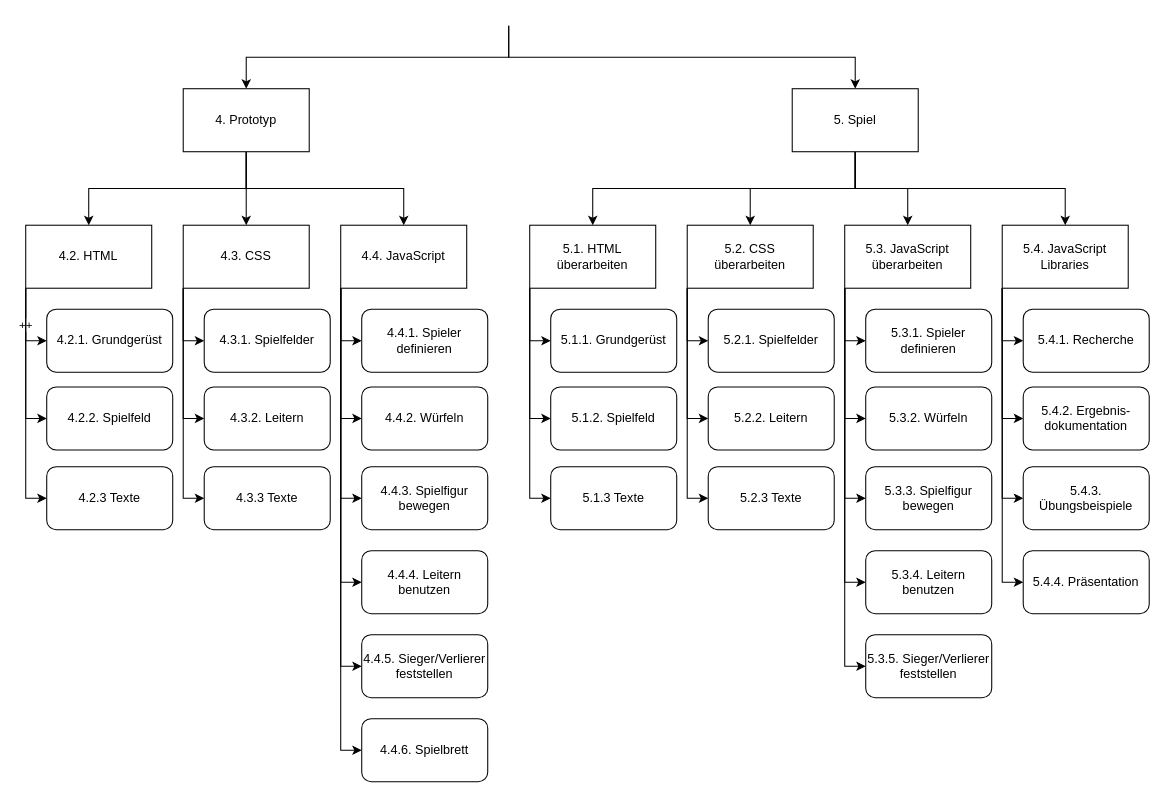
The draw.io diagram documents/PSP_ergaenzung.drawio in anna-staub/leiterlispiel, before the edit. Source tidied: cells renumbered, new cells numbered last; positions are measured from the earlier drawing's top-left corner, leaving out a move shared by most shapes. Both pictures are drawn from the tidied source at 105%, with x=0, y=0 at pixel (25, 25).
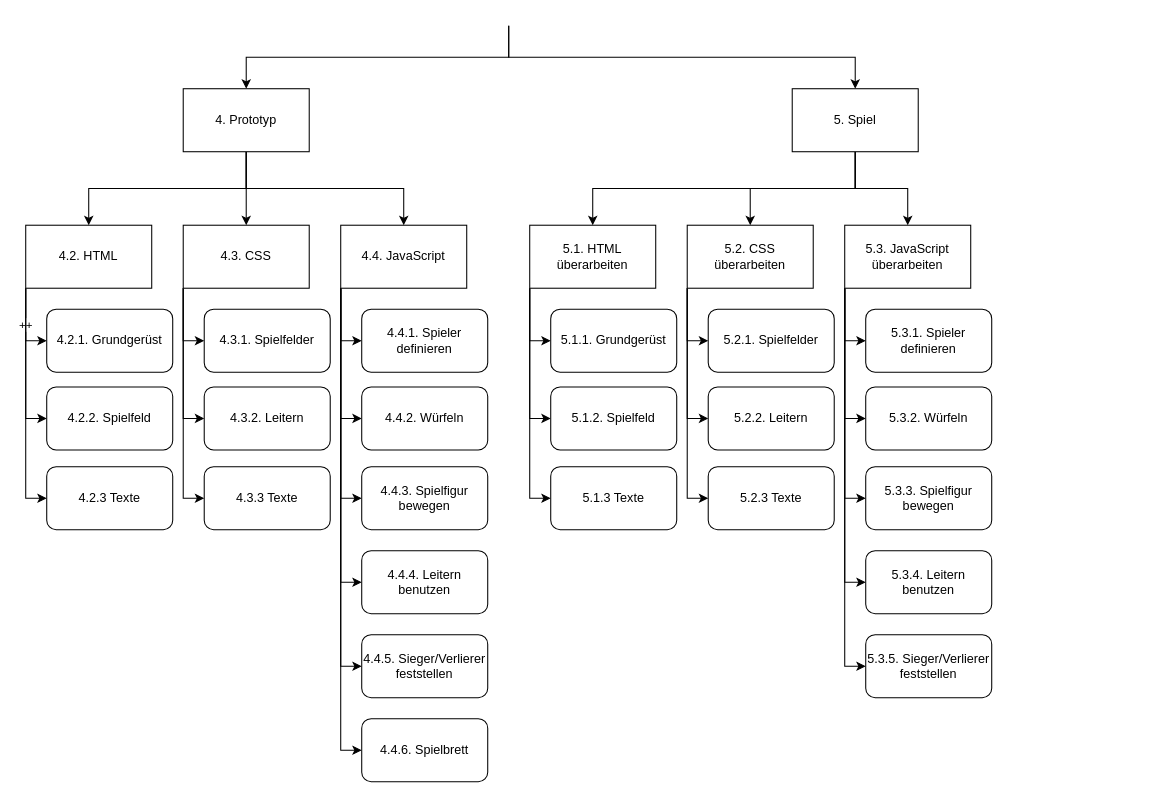
The same page after the edit.

Unchanged cells that the change refers to:
```xml
<mxCell id="29" value="5. Spiel" style="rounded=0;whiteSpace=wrap;html=1;" parent="1" vertex="1">
  <mxGeometry x="730" y="60" width="120" height="60" as="geometry" />
</mxCell>
```

Diff of the diagram source:
```diff
@@
-    <mxCell id="28" style="edgeStyle=orthogonalEdgeStyle;rounded=0;jettySize=auto;html=1;exitX=0.5;exitY=1;exitDx=0;exitDy=0;" parent="1" edge="1" source="29" target="69">
-      <mxGeometry relative="1" as="geometry" />
-    </mxCell>
@@
-    <mxCell id="65" style="edgeStyle=orthogonalEdgeStyle;rounded=0;jettySize=auto;html=1;exitX=0;exitY=1;exitDx=0;exitDy=0;entryX=0;entryY=0.5;entryDx=0;entryDy=0;" parent="1" edge="1" source="69" target="70">
-      <mxGeometry relative="1" as="geometry" />
-    </mxCell>
-    <mxCell id="66" style="edgeStyle=orthogonalEdgeStyle;rounded=0;jettySize=auto;html=1;exitX=0;exitY=1;exitDx=0;exitDy=0;entryX=0;entryY=0.5;entryDx=0;entryDy=0;" parent="1" edge="1" source="69" target="71">
-      <mxGeometry relative="1" as="geometry" />
-    </mxCell>
-    <mxCell id="67" style="edgeStyle=orthogonalEdgeStyle;rounded=0;jettySize=auto;html=1;exitX=0;exitY=1;exitDx=0;exitDy=0;entryX=0;entryY=0.5;entryDx=0;entryDy=0;" parent="1" edge="1" source="69" target="72">
-      <mxGeometry relative="1" as="geometry" />
-    </mxCell>
-    <mxCell id="68" style="edgeStyle=orthogonalEdgeStyle;rounded=0;jettySize=auto;html=1;exitX=0;exitY=1;exitDx=0;exitDy=0;entryX=0;entryY=0.5;entryDx=0;entryDy=0;" parent="1" edge="1" source="69" target="73">
-      <mxGeometry relative="1" as="geometry" />
-    </mxCell>
-    <mxCell id="69" value="5.4. JavaScript Libraries" style="rounded=0;whiteSpace=wrap;html=1;" parent="1" vertex="1">
-      <mxGeometry x="930" y="190" width="120" height="60" as="geometry" />
-    </mxCell>
-    <mxCell id="70" value="5.4.1. Recherche" style="rounded=1;whiteSpace=wrap;html=1;" parent="1" vertex="1">
-      <mxGeometry x="950" y="270" width="120" height="60" as="geometry" />
-    </mxCell>
-    <mxCell id="71" value="5.4.2. Ergebnis-dokumentation" style="rounded=1;whiteSpace=wrap;html=1;" parent="1" vertex="1">
-      <mxGeometry x="950" y="344" width="120" height="60" as="geometry" />
-    </mxCell>
-    <mxCell id="72" value="5.4.3. Übungsbeispiele" style="rounded=1;whiteSpace=wrap;html=1;" parent="1" vertex="1">
-      <mxGeometry x="950" y="420" width="120" height="60" as="geometry" />
-    </mxCell>
-    <mxCell id="73" value="5.4.4. Präsentation" style="rounded=1;whiteSpace=wrap;html=1;" parent="1" vertex="1">
-      <mxGeometry x="950" y="500" width="120" height="60" as="geometry" />
-    </mxCell>
```
